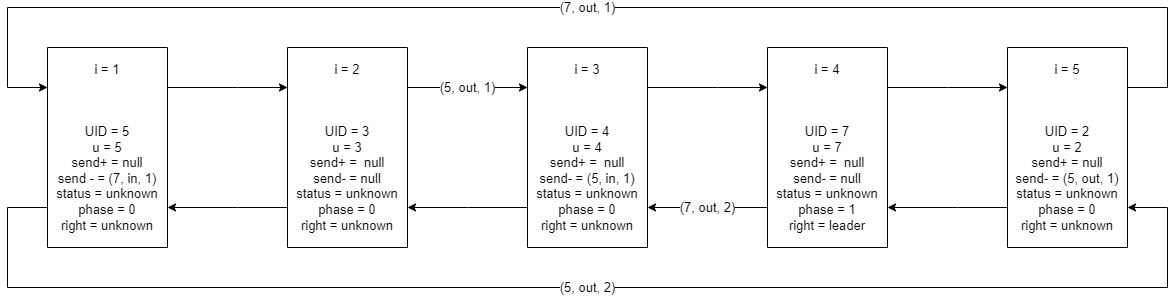
h1tlan/tods_first_exercise keeps this draw.io diagram as tods/05-tods.drawio.png. Above is the earlier version. Source tidied: cells renumbered, new cells last; positions are measured from the earlier drawing's top-left corner, leaving out a move shared by most shapes. Source of this version:
```xml
<mxGraphModel>
  <root>
    <mxCell id="0" />
    <mxCell id="1" parent="0" />
    <mxCell id="2" style="edgeStyle=orthogonalEdgeStyle;rounded=0;jettySize=auto;html=1;labelBorderColor=none;fontSize=13;" parent="1" edge="1" source="4" target="7">
      <mxGeometry relative="1" as="geometry">
        <Array as="points">
          <mxPoint x="230" y="80" />
          <mxPoint x="230" y="80" />
        </Array>
      </mxGeometry>
    </mxCell>
    <mxCell id="3" value="(5, out, 2)" style="edgeStyle=orthogonalEdgeStyle;rounded=0;jettySize=auto;html=1;labelBorderColor=none;fontSize=13;" parent="1" edge="1" source="4" target="16">
      <mxGeometry relative="1" as="geometry">
        <Array as="points">
          <mxPoint y="200" />
          <mxPoint y="280" />
          <mxPoint x="1160" y="280" />
          <mxPoint x="1160" y="200" />
        </Array>
      </mxGeometry>
    </mxCell>
    <mxCell id="4" value="i = 1&lt;br&gt;&lt;br&gt;&lt;br&gt;&lt;br&gt;UID = 5&lt;br&gt;u = 5&lt;br&gt;send+ = null&lt;br&gt;send - = (7, in, 1)&lt;br&gt;status = unknown&lt;br&gt;phase = 0&lt;br&gt;right = unknown" style="rounded=0;whiteSpace=wrap;html=1;fontSize=13;direction=south;" parent="1" vertex="1">
      <mxGeometry x="40" y="40" width="120" height="200" as="geometry" />
    </mxCell>
    <mxCell id="5" style="edgeStyle=orthogonalEdgeStyle;rounded=0;jettySize=auto;html=1;labelBorderColor=none;fontSize=13;" parent="1" edge="1" source="7" target="4">
      <mxGeometry relative="1" as="geometry">
        <Array as="points">
          <mxPoint x="230" y="200" />
          <mxPoint x="230" y="200" />
        </Array>
      </mxGeometry>
    </mxCell>
    <mxCell id="6" value="(5, out, 1)" style="edgeStyle=orthogonalEdgeStyle;rounded=0;jettySize=auto;html=1;labelBorderColor=none;fontSize=13;" parent="1" edge="1" source="7" target="10">
      <mxGeometry relative="1" as="geometry">
        <Array as="points">
          <mxPoint x="460" y="80" />
          <mxPoint x="460" y="80" />
        </Array>
      </mxGeometry>
    </mxCell>
    <mxCell id="7" value="i = 2&lt;br&gt;&lt;br&gt;&lt;br&gt;&lt;br&gt;UID = 3&lt;br&gt;u = 3&lt;br&gt;send+ =&amp;nbsp; null&lt;br&gt;send- = null&lt;br&gt;status = unknown&lt;br&gt;phase = 0&lt;br&gt;right = unknown" style="rounded=0;whiteSpace=wrap;html=1;fontSize=13;direction=south;" parent="1" vertex="1">
      <mxGeometry x="280" y="40" width="120" height="200" as="geometry" />
    </mxCell>
    <mxCell id="8" style="edgeStyle=orthogonalEdgeStyle;rounded=0;jettySize=auto;html=1;labelBorderColor=none;fontSize=13;" parent="1" edge="1" source="10" target="7">
      <mxGeometry relative="1" as="geometry">
        <Array as="points">
          <mxPoint x="460" y="200" />
          <mxPoint x="460" y="200" />
        </Array>
      </mxGeometry>
    </mxCell>
    <mxCell id="9" style="edgeStyle=orthogonalEdgeStyle;rounded=0;jettySize=auto;html=1;labelBorderColor=none;fontSize=13;" parent="1" edge="1" source="10" target="13">
      <mxGeometry relative="1" as="geometry">
        <Array as="points">
          <mxPoint x="710" y="80" />
          <mxPoint x="710" y="80" />
        </Array>
      </mxGeometry>
    </mxCell>
    <mxCell id="10" value="i = 3&lt;br&gt;&lt;br&gt;&lt;br&gt;&lt;br&gt;UID = 4&lt;br&gt;u = 4&lt;br&gt;send+ =&amp;nbsp; null&lt;br&gt;send- = (5, in, 1)&lt;br&gt;status = unknown&lt;br&gt;phase = 0&lt;br&gt;right = unknown" style="rounded=0;whiteSpace=wrap;html=1;fontSize=13;direction=south;" parent="1" vertex="1">
      <mxGeometry x="520" y="40" width="120" height="200" as="geometry" />
    </mxCell>
    <mxCell id="11" value="&#10;&#10;&lt;span style=&quot;color: rgb(0, 0, 0); font-family: helvetica; font-size: 13px; font-style: normal; font-weight: 400; letter-spacing: normal; text-align: center; text-indent: 0px; text-transform: none; word-spacing: 0px; background-color: rgb(248, 249, 250); display: inline; float: none;&quot;&gt;(7, out, 2)&lt;/span&gt;&#10;&#10;" style="edgeStyle=orthogonalEdgeStyle;rounded=0;jettySize=auto;html=1;labelBorderColor=none;fontSize=13;" parent="1" edge="1" source="13" target="10">
      <mxGeometry relative="1" as="geometry">
        <Array as="points">
          <mxPoint x="710" y="200" />
          <mxPoint x="710" y="200" />
        </Array>
      </mxGeometry>
    </mxCell>
    <mxCell id="12" value="&lt;br&gt;&lt;br&gt;" style="edgeStyle=orthogonalEdgeStyle;rounded=0;jettySize=auto;html=1;labelBorderColor=none;fontSize=13;" parent="1" edge="1" source="13" target="16">
      <mxGeometry relative="1" as="geometry">
        <Array as="points">
          <mxPoint x="940" y="80" />
          <mxPoint x="940" y="80" />
        </Array>
      </mxGeometry>
    </mxCell>
    <mxCell id="13" value="i = 4&lt;br&gt;&lt;br&gt;&lt;br&gt;&lt;br&gt;UID = 7&lt;br&gt;u = 7&lt;br&gt;send+ =&amp;nbsp; null&lt;br&gt;send- = null&lt;br&gt;status = unknown&lt;br&gt;phase = 1&lt;br&gt;right = leader" style="rounded=0;whiteSpace=wrap;html=1;fontSize=13;direction=south;" parent="1" vertex="1">
      <mxGeometry x="760" y="40" width="120" height="200" as="geometry" />
    </mxCell>
    <mxCell id="14" style="edgeStyle=orthogonalEdgeStyle;rounded=0;jettySize=auto;html=1;labelBorderColor=none;fontSize=13;" parent="1" edge="1" source="16" target="13">
      <mxGeometry relative="1" as="geometry">
        <Array as="points">
          <mxPoint x="950" y="200" />
          <mxPoint x="950" y="200" />
        </Array>
      </mxGeometry>
    </mxCell>
    <mxCell id="15" value="(7, out, 1)" style="edgeStyle=orthogonalEdgeStyle;rounded=0;jettySize=auto;html=1;labelBorderColor=none;fontSize=13;" parent="1" edge="1" source="16" target="4">
      <mxGeometry relative="1" as="geometry">
        <Array as="points">
          <mxPoint x="1160" y="80" />
          <mxPoint x="1160" />
          <mxPoint />
          <mxPoint y="80" />
        </Array>
      </mxGeometry>
    </mxCell>
    <mxCell id="16" value="i = 5&lt;br&gt;&lt;br&gt;&lt;br&gt;&lt;br&gt;UID = 2&lt;br&gt;u = 2&lt;br&gt;send+ = null&lt;br&gt;send- = (5, out, 1)&lt;br&gt;status = unknown&lt;br&gt;phase = 0&lt;br&gt;right = unknown" style="rounded=0;whiteSpace=wrap;html=1;fontSize=13;direction=south;" parent="1" vertex="1">
      <mxGeometry x="1000" y="40" width="120" height="200" as="geometry" />
    </mxCell>
  </root>
</mxGraphModel>
```
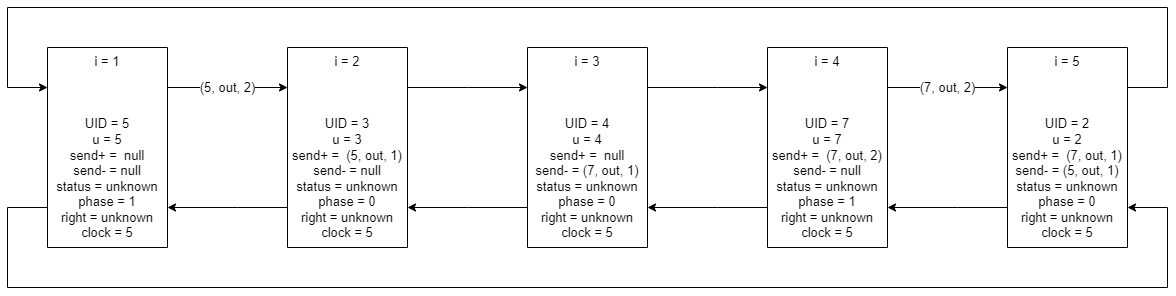
After the commit.

The edit, as a diff of the source:
```diff
@@ -2,7 +2,7 @@
   <root>
     <mxCell id="0" />
     <mxCell id="1" parent="0" />
-    <mxCell id="2" style="edgeStyle=orthogonalEdgeStyle;rounded=0;jettySize=auto;html=1;labelBorderColor=none;fontSize=13;" parent="1" edge="1" source="4" target="7">
+    <mxCell id="2" value="(5, out, 2)" style="edgeStyle=orthogonalEdgeStyle;rounded=0;jettySize=auto;html=1;labelBorderColor=none;fontSize=13;" parent="1" edge="1" source="4" target="7">
       <mxGeometry relative="1" as="geometry">
         <Array as="points">
           <mxPoint x="230" y="80" />
@@ -10,7 +10,7 @@
         </Array>
       </mxGeometry>
     </mxCell>
-    <mxCell id="3" value="(5, out, 2)" style="edgeStyle=orthogonalEdgeStyle;rounded=0;jettySize=auto;html=1;labelBorderColor=none;fontSize=13;" parent="1" edge="1" source="4" target="16">
+    <mxCell id="3" style="edgeStyle=orthogonalEdgeStyle;rounded=0;jettySize=auto;html=1;labelBorderColor=none;fontSize=13;" parent="1" edge="1" source="4" target="16">
       <mxGeometry relative="1" as="geometry">
         <Array as="points">
           <mxPoint y="200" />
@@ -20,7 +20,7 @@
         </Array>
       </mxGeometry>
     </mxCell>
-    <mxCell id="4" value="i = 1&lt;br&gt;&lt;br&gt;&lt;br&gt;&lt;br&gt;UID = 5&lt;br&gt;u = 5&lt;br&gt;send+ = null&lt;br&gt;send - = (7, in, 1)&lt;br&gt;status = unknown&lt;br&gt;phase = 0&lt;br&gt;right = unknown" style="rounded=0;whiteSpace=wrap;html=1;fontSize=13;direction=south;" parent="1" vertex="1">
+    <mxCell id="4" value="i = 1&lt;br&gt;&lt;br&gt;&lt;br&gt;&lt;br&gt;UID = 5&lt;br&gt;u = 5&lt;br&gt;send+ =&amp;nbsp; null&lt;br&gt;send- = null&lt;br&gt;status = unknown&lt;br&gt;phase = 1&lt;br&gt;right = unknown&lt;br&gt;clock = 5" style="rounded=0;whiteSpace=wrap;html=1;fontSize=13;direction=south;" parent="1" vertex="1">
       <mxGeometry x="40" y="40" width="120" height="200" as="geometry" />
     </mxCell>
     <mxCell id="5" style="edgeStyle=orthogonalEdgeStyle;rounded=0;jettySize=auto;html=1;labelBorderColor=none;fontSize=13;" parent="1" edge="1" source="7" target="4">
@@ -31,7 +31,7 @@
         </Array>
       </mxGeometry>
     </mxCell>
-    <mxCell id="6" value="(5, out, 1)" style="edgeStyle=orthogonalEdgeStyle;rounded=0;jettySize=auto;html=1;labelBorderColor=none;fontSize=13;" parent="1" edge="1" source="7" target="10">
+    <mxCell id="6" style="edgeStyle=orthogonalEdgeStyle;rounded=0;jettySize=auto;html=1;labelBorderColor=none;fontSize=13;" parent="1" edge="1" source="7" target="10">
       <mxGeometry relative="1" as="geometry">
         <Array as="points">
           <mxPoint x="460" y="80" />
@@ -39,7 +39,7 @@
         </Array>
       </mxGeometry>
     </mxCell>
-    <mxCell id="7" value="i = 2&lt;br&gt;&lt;br&gt;&lt;br&gt;&lt;br&gt;UID = 3&lt;br&gt;u = 3&lt;br&gt;send+ =&amp;nbsp; null&lt;br&gt;send- = null&lt;br&gt;status = unknown&lt;br&gt;phase = 0&lt;br&gt;right = unknown" style="rounded=0;whiteSpace=wrap;html=1;fontSize=13;direction=south;" parent="1" vertex="1">
+    <mxCell id="7" value="i = 2&lt;br&gt;&lt;br&gt;&lt;br&gt;&lt;br&gt;UID = 3&lt;br&gt;u = 3&lt;br&gt;send+ =&amp;nbsp; (5, out, 1)&lt;br&gt;send- = null&lt;br&gt;status = unknown&lt;br&gt;phase = 0&lt;br&gt;right = unknown&lt;br&gt;clock = 5" style="rounded=0;whiteSpace=wrap;html=1;fontSize=13;direction=south;" parent="1" vertex="1">
       <mxGeometry x="280" y="40" width="120" height="200" as="geometry" />
     </mxCell>
     <mxCell id="8" style="edgeStyle=orthogonalEdgeStyle;rounded=0;jettySize=auto;html=1;labelBorderColor=none;fontSize=13;" parent="1" edge="1" source="10" target="7">
@@ -58,10 +58,10 @@
         </Array>
       </mxGeometry>
     </mxCell>
-    <mxCell id="10" value="i = 3&lt;br&gt;&lt;br&gt;&lt;br&gt;&lt;br&gt;UID = 4&lt;br&gt;u = 4&lt;br&gt;send+ =&amp;nbsp; null&lt;br&gt;send- = (5, in, 1)&lt;br&gt;status = unknown&lt;br&gt;phase = 0&lt;br&gt;right = unknown" style="rounded=0;whiteSpace=wrap;html=1;fontSize=13;direction=south;" parent="1" vertex="1">
+    <mxCell id="10" value="i = 3&lt;br&gt;&lt;br&gt;&lt;br&gt;&lt;br&gt;UID = 4&lt;br&gt;u = 4&lt;br&gt;send+ =&amp;nbsp; null&lt;br&gt;send- = (7, out, 1)&lt;br&gt;status = unknown&lt;br&gt;phase = 0&lt;br&gt;right = unknown&lt;br&gt;clock = 5" style="rounded=0;whiteSpace=wrap;html=1;fontSize=13;direction=south;" parent="1" vertex="1">
       <mxGeometry x="520" y="40" width="120" height="200" as="geometry" />
     </mxCell>
-    <mxCell id="11" value="&#10;&#10;&lt;span style=&quot;color: rgb(0, 0, 0); font-family: helvetica; font-size: 13px; font-style: normal; font-weight: 400; letter-spacing: normal; text-align: center; text-indent: 0px; text-transform: none; word-spacing: 0px; background-color: rgb(248, 249, 250); display: inline; float: none;&quot;&gt;(7, out, 2)&lt;/span&gt;&#10;&#10;" style="edgeStyle=orthogonalEdgeStyle;rounded=0;jettySize=auto;html=1;labelBorderColor=none;fontSize=13;" parent="1" edge="1" source="13" target="10">
+    <mxCell id="11" style="edgeStyle=orthogonalEdgeStyle;rounded=0;jettySize=auto;html=1;labelBorderColor=none;fontSize=13;" parent="1" edge="1" source="13" target="10">
       <mxGeometry relative="1" as="geometry">
         <Array as="points">
           <mxPoint x="710" y="200" />
@@ -69,7 +69,7 @@
         </Array>
       </mxGeometry>
     </mxCell>
-    <mxCell id="12" value="&lt;br&gt;&lt;br&gt;" style="edgeStyle=orthogonalEdgeStyle;rounded=0;jettySize=auto;html=1;labelBorderColor=none;fontSize=13;" parent="1" edge="1" source="13" target="16">
+    <mxCell id="12" value="(7, out, 2)" style="edgeStyle=orthogonalEdgeStyle;rounded=0;jettySize=auto;html=1;labelBorderColor=none;fontSize=13;" parent="1" edge="1" source="13" target="16">
       <mxGeometry relative="1" as="geometry">
         <Array as="points">
           <mxPoint x="940" y="80" />
@@ -77,7 +77,7 @@
         </Array>
       </mxGeometry>
     </mxCell>
-    <mxCell id="13" value="i = 4&lt;br&gt;&lt;br&gt;&lt;br&gt;&lt;br&gt;UID = 7&lt;br&gt;u = 7&lt;br&gt;send+ =&amp;nbsp; null&lt;br&gt;send- = null&lt;br&gt;status = unknown&lt;br&gt;phase = 1&lt;br&gt;right = leader" style="rounded=0;whiteSpace=wrap;html=1;fontSize=13;direction=south;" parent="1" vertex="1">
+    <mxCell id="13" value="i = 4&lt;br&gt;&lt;br&gt;&lt;br&gt;&lt;br&gt;UID = 7&lt;br&gt;u = 7&lt;br&gt;send+ =&amp;nbsp; (7, out, 2)&lt;br&gt;send- = null&lt;br&gt;status = unknown&lt;br&gt;phase = 1&lt;br&gt;right = unknown&lt;br&gt;clock = 5" style="rounded=0;whiteSpace=wrap;html=1;fontSize=13;direction=south;" parent="1" vertex="1">
       <mxGeometry x="760" y="40" width="120" height="200" as="geometry" />
     </mxCell>
     <mxCell id="14" style="edgeStyle=orthogonalEdgeStyle;rounded=0;jettySize=auto;html=1;labelBorderColor=none;fontSize=13;" parent="1" edge="1" source="16" target="13">
@@ -88,7 +88,7 @@
         </Array>
       </mxGeometry>
     </mxCell>
-    <mxCell id="15" value="(7, out, 1)" style="edgeStyle=orthogonalEdgeStyle;rounded=0;jettySize=auto;html=1;labelBorderColor=none;fontSize=13;" parent="1" edge="1" source="16" target="4">
+    <mxCell id="15" style="edgeStyle=orthogonalEdgeStyle;rounded=0;jettySize=auto;html=1;labelBorderColor=none;fontSize=13;" parent="1" edge="1" source="16" target="4">
       <mxGeometry relative="1" as="geometry">
         <Array as="points">
           <mxPoint x="1160" y="80" />
@@ -98,7 +98,7 @@
         </Array>
       </mxGeometry>
     </mxCell>
-    <mxCell id="16" value="i = 5&lt;br&gt;&lt;br&gt;&lt;br&gt;&lt;br&gt;UID = 2&lt;br&gt;u = 2&lt;br&gt;send+ = null&lt;br&gt;send- = (5, out, 1)&lt;br&gt;status = unknown&lt;br&gt;phase = 0&lt;br&gt;right = unknown" style="rounded=0;whiteSpace=wrap;html=1;fontSize=13;direction=south;" parent="1" vertex="1">
+    <mxCell id="16" value="i = 5&lt;br&gt;&lt;br&gt;&lt;br&gt;&lt;br&gt;UID = 2&lt;br&gt;u = 2&lt;br&gt;send+ =&amp;nbsp; (7, out, 1)&lt;br&gt;send- = (5, out, 1)&lt;br&gt;status = unknown&lt;br&gt;phase = 0&lt;br&gt;right = unknown&lt;br&gt;clock = 5" style="rounded=0;whiteSpace=wrap;html=1;fontSize=13;direction=south;" parent="1" vertex="1">
       <mxGeometry x="1000" y="40" width="120" height="200" as="geometry" />
     </mxCell>
   </root>
```
